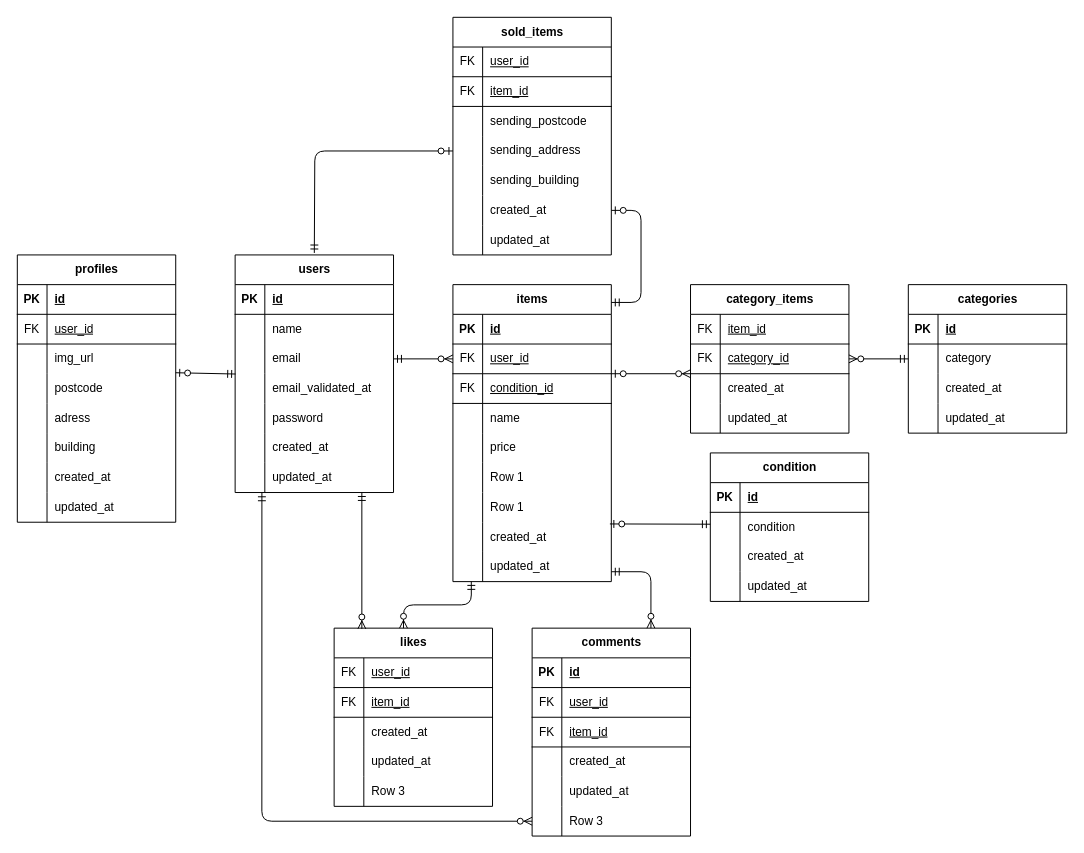
Above: src/.drawio in bunta27/free-market-app (draw.io), before the change. Source tidied: cells renumbered, new cells numbered last; positions are measured from the earlier drawing's top-left corner, leaving out a move shared by most shapes. Both pictures are drawn from the tidied source at 99%, with x=0, y=0 at pixel (17, 17).
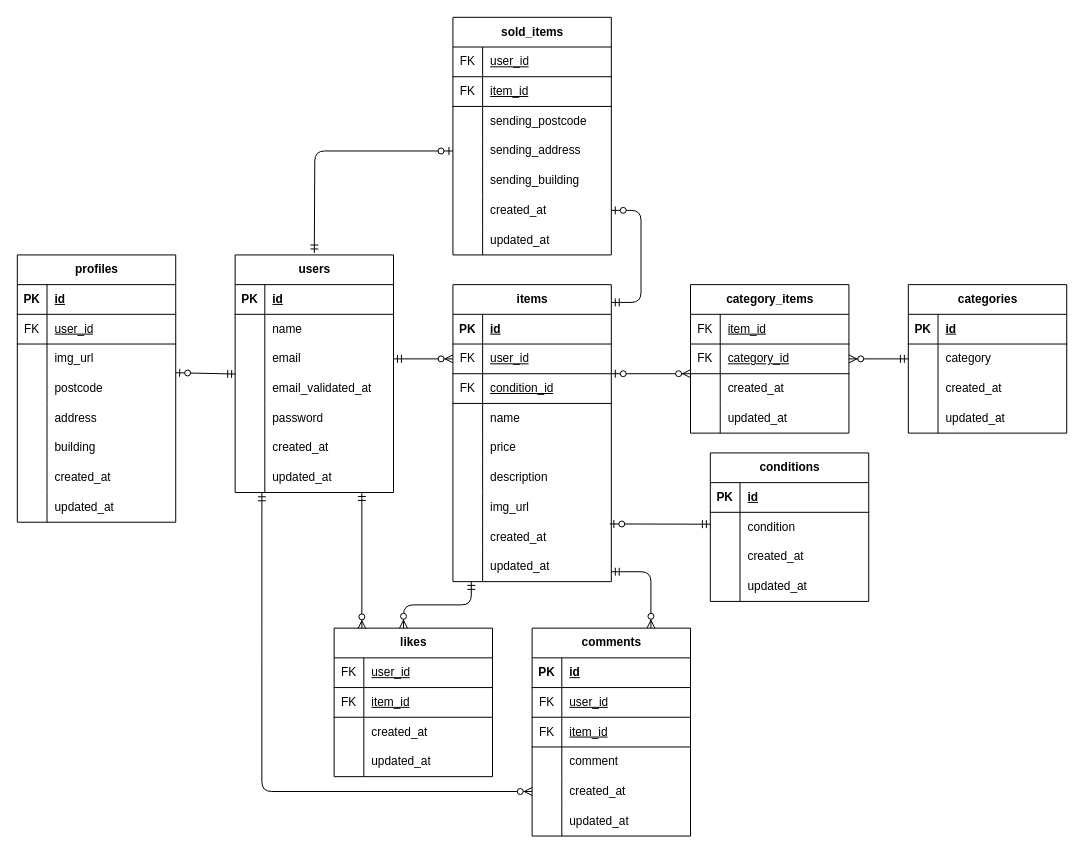
The same page after the edit.

Unchanged cells that the change refers to:
```xml
<mxCell id="21" style="shape=tableRow;horizontal=0;startSize=0;swimlaneHead=0;swimlaneBody=0;fillColor=none;points=[[0,0.5],[1,0.5]];portConstraint=eastwest;top=0;left=0;right=0;bottom=0;" parent="2" vertex="1">
  <mxGeometry y="210" width="160" height="30" as="geometry" />
</mxCell>
<mxCell id="37" style="shape=tableRow;horizontal=0;startSize=0;swimlaneHead=0;swimlaneBody=0;fillColor=none;top=0;left=0;right=0;bottom=0;" parent="24" vertex="1">
  <mxGeometry y="150" width="160" height="30" as="geometry" />
</mxCell>
<mxCell id="65" style="shape=tableRow;horizontal=0;startSize=0;swimlaneHead=0;swimlaneBody=0;fillColor=none;top=0;left=0;right=0;bottom=0;" parent="49" vertex="1">
  <mxGeometry y="180" width="160" height="30" as="geometry" />
</mxCell>
<mxCell id="68" style="shape=tableRow;horizontal=0;startSize=0;swimlaneHead=0;swimlaneBody=0;fillColor=none;top=0;left=0;right=0;bottom=0;" parent="49" vertex="1">
  <mxGeometry y="210" width="160" height="30" as="geometry" />
</mxCell>
<mxCell id="115" value="comments" style="shape=table;startSize=30;childLayout=tableLayout;rowLines=0;fontStyle=1;align=center;html=1;" parent="1" vertex="1">
  <mxGeometry x="520" y="617" width="160" height="210" as="geometry" />
</mxCell>
```

The edit, as a diff of the source:
```diff
@@
-    <mxCell id="39" value="adress" style="shape=partialRectangle;fillColor=none;top=0;left=0;bottom=0;right=0;align=left;spacingLeft=6;overflow=hidden;whiteSpace=wrap;html=1;" parent="37" vertex="1">
+    <mxCell id="39" value="address" style="shape=partialRectangle;fillColor=none;top=0;left=0;bottom=0;right=0;align=left;spacingLeft=6;overflow=hidden;whiteSpace=wrap;html=1;" parent="37" vertex="1">
       <mxGeometry x="30" width="130" height="30" as="geometry" />
     </mxCell>
@@
-    <mxCell id="67" value="Row 1" style="shape=partialRectangle;fillColor=none;top=0;left=0;bottom=0;right=0;align=left;spacingLeft=6;overflow=hidden;whiteSpace=wrap;html=1;" parent="65" vertex="1">
+    <mxCell id="67" value="description" style="shape=partialRectangle;fillColor=none;top=0;left=0;bottom=0;right=0;align=left;spacingLeft=6;overflow=hidden;whiteSpace=wrap;html=1;" parent="65" vertex="1">
       <mxGeometry x="30" width="130" height="30" as="geometry" />
     </mxCell>
@@
-    <mxCell id="70" value="Row 1" style="shape=partialRectangle;fillColor=none;top=0;left=0;bottom=0;right=0;align=left;spacingLeft=6;overflow=hidden;whiteSpace=wrap;html=1;" parent="68" vertex="1">
+    <mxCell id="70" value="img_url" style="shape=partialRectangle;fillColor=none;top=0;left=0;bottom=0;right=0;align=left;spacingLeft=6;overflow=hidden;whiteSpace=wrap;html=1;" parent="68" vertex="1">
       <mxGeometry x="30" width="130" height="30" as="geometry" />
     </mxCell>
@@
     <mxCell id="99" value="likes" style="shape=table;startSize=30;childLayout=tableLayout;rowLines=0;fontStyle=1;align=center;html=1;" parent="1" vertex="1">
-      <mxGeometry x="320" y="617" width="160" height="180" as="geometry" />
+      <mxGeometry x="320" y="617" width="160" height="150" as="geometry" />
     </mxCell>
@@
-    <mxCell id="112" style="shape=tableRow;horizontal=0;startSize=0;swimlaneHead=0;swimlaneBody=0;fillColor=none;top=0;left=0;right=0;bottom=0;" parent="99" vertex="1">
-      <mxGeometry y="150" width="160" height="30" as="geometry" />
-    </mxCell>
-    <mxCell id="113" style="shape=partialRectangle;fillColor=none;top=0;left=0;bottom=0;right=0;overflow=hidden;whiteSpace=wrap;html=1;" parent="112" vertex="1">
-      <mxGeometry width="30" height="30" as="geometry" />
-    </mxCell>
-    <mxCell id="114" value="Row 3" style="shape=partialRectangle;fillColor=none;top=0;left=0;bottom=0;right=0;align=left;spacingLeft=6;overflow=hidden;whiteSpace=wrap;html=1;" parent="112" vertex="1">
-      <mxGeometry x="30" width="130" height="30" as="geometry" />
-    </mxCell>
@@
+    <mxCell id="131" style="shape=tableRow;horizontal=0;startSize=0;swimlaneHead=0;swimlaneBody=0;fillColor=none;points=[[0,0.5],[1,0.5]];portConstraint=eastwest;top=0;left=0;right=0;bottom=0;" parent="115" vertex="1">
+      <mxGeometry y="120" width="160" height="30" as="geometry" />
+    </mxCell>
+    <mxCell id="132" style="shape=partialRectangle;fillColor=none;top=0;left=0;bottom=0;right=0;overflow=hidden;whiteSpace=wrap;html=1;" parent="131" vertex="1">
+      <mxGeometry width="30" height="30" as="geometry" />
+    </mxCell>
+    <mxCell id="133" value="comment" style="shape=partialRectangle;fillColor=none;top=0;left=0;bottom=0;right=0;align=left;spacingLeft=6;overflow=hidden;whiteSpace=wrap;html=1;" parent="131" vertex="1">
+      <mxGeometry x="30" width="130" height="30" as="geometry" />
+    </mxCell>
     <mxCell id="125" style="shape=tableRow;horizontal=0;startSize=0;swimlaneHead=0;swimlaneBody=0;fillColor=none;points=[[0,0.5],[1,0.5]];portConstraint=eastwest;top=0;left=0;right=0;bottom=0;" parent="115" vertex="1">
-      <mxGeometry y="120" width="160" height="30" as="geometry" />
+      <mxGeometry y="150" width="160" height="30" as="geometry" />
     </mxCell>
@@
     <mxCell id="128" style="shape=tableRow;horizontal=0;startSize=0;swimlaneHead=0;swimlaneBody=0;fillColor=none;top=0;left=0;right=0;bottom=0;" parent="115" vertex="1">
-      <mxGeometry y="150" width="160" height="30" as="geometry" />
+      <mxGeometry y="180" width="160" height="30" as="geometry" />
     </mxCell>
@@
-    <mxCell id="131" style="shape=tableRow;horizontal=0;startSize=0;swimlaneHead=0;swimlaneBody=0;fillColor=none;points=[[0,0.5],[1,0.5]];portConstraint=eastwest;top=0;left=0;right=0;bottom=0;" parent="115" vertex="1">
-      <mxGeometry y="180" width="160" height="30" as="geometry" />
-    </mxCell>
-    <mxCell id="132" style="shape=partialRectangle;fillColor=none;top=0;left=0;bottom=0;right=0;overflow=hidden;whiteSpace=wrap;html=1;" parent="131" vertex="1">
-      <mxGeometry width="30" height="30" as="geometry" />
-    </mxCell>
-    <mxCell id="133" value="Row 3" style="shape=partialRectangle;fillColor=none;top=0;left=0;bottom=0;right=0;align=left;spacingLeft=6;overflow=hidden;whiteSpace=wrap;html=1;" parent="131" vertex="1">
-      <mxGeometry x="30" width="130" height="30" as="geometry" />
-    </mxCell>
-    <mxCell id="134" value="condition" style="shape=table;startSize=30;childLayout=tableLayout;rowLines=0;fontStyle=1;align=center;html=1;" parent="1" vertex="1">
+    <mxCell id="134" value="conditions" style="shape=table;startSize=30;childLayout=tableLayout;rowLines=0;fontStyle=1;align=center;html=1;" parent="1" vertex="1">
       <mxGeometry x="700" y="440" width="160" height="150" as="geometry" />
     </mxCell>
@@
-    <mxCell id="179" style="edgeStyle=orthogonalEdgeStyle;fontSize=12;html=1;endArrow=ERzeroToMany;startArrow=ERmandOne;entryX=0;entryY=0.5;entryDx=0;entryDy=0;exitX=0.169;exitY=1.01;exitDx=0;exitDy=0;exitPerimeter=0;" parent="1" edge="1" source="21" target="131">
+    <mxCell id="179" style="edgeStyle=orthogonalEdgeStyle;fontSize=12;html=1;endArrow=ERzeroToMany;startArrow=ERmandOne;entryX=0;entryY=0.5;entryDx=0;entryDy=0;exitX=0.169;exitY=1.01;exitDx=0;exitDy=0;exitPerimeter=0;" parent="1" edge="1" source="21" target="125">
       <mxGeometry relative="1" as="geometry" />
     </mxCell>
```
